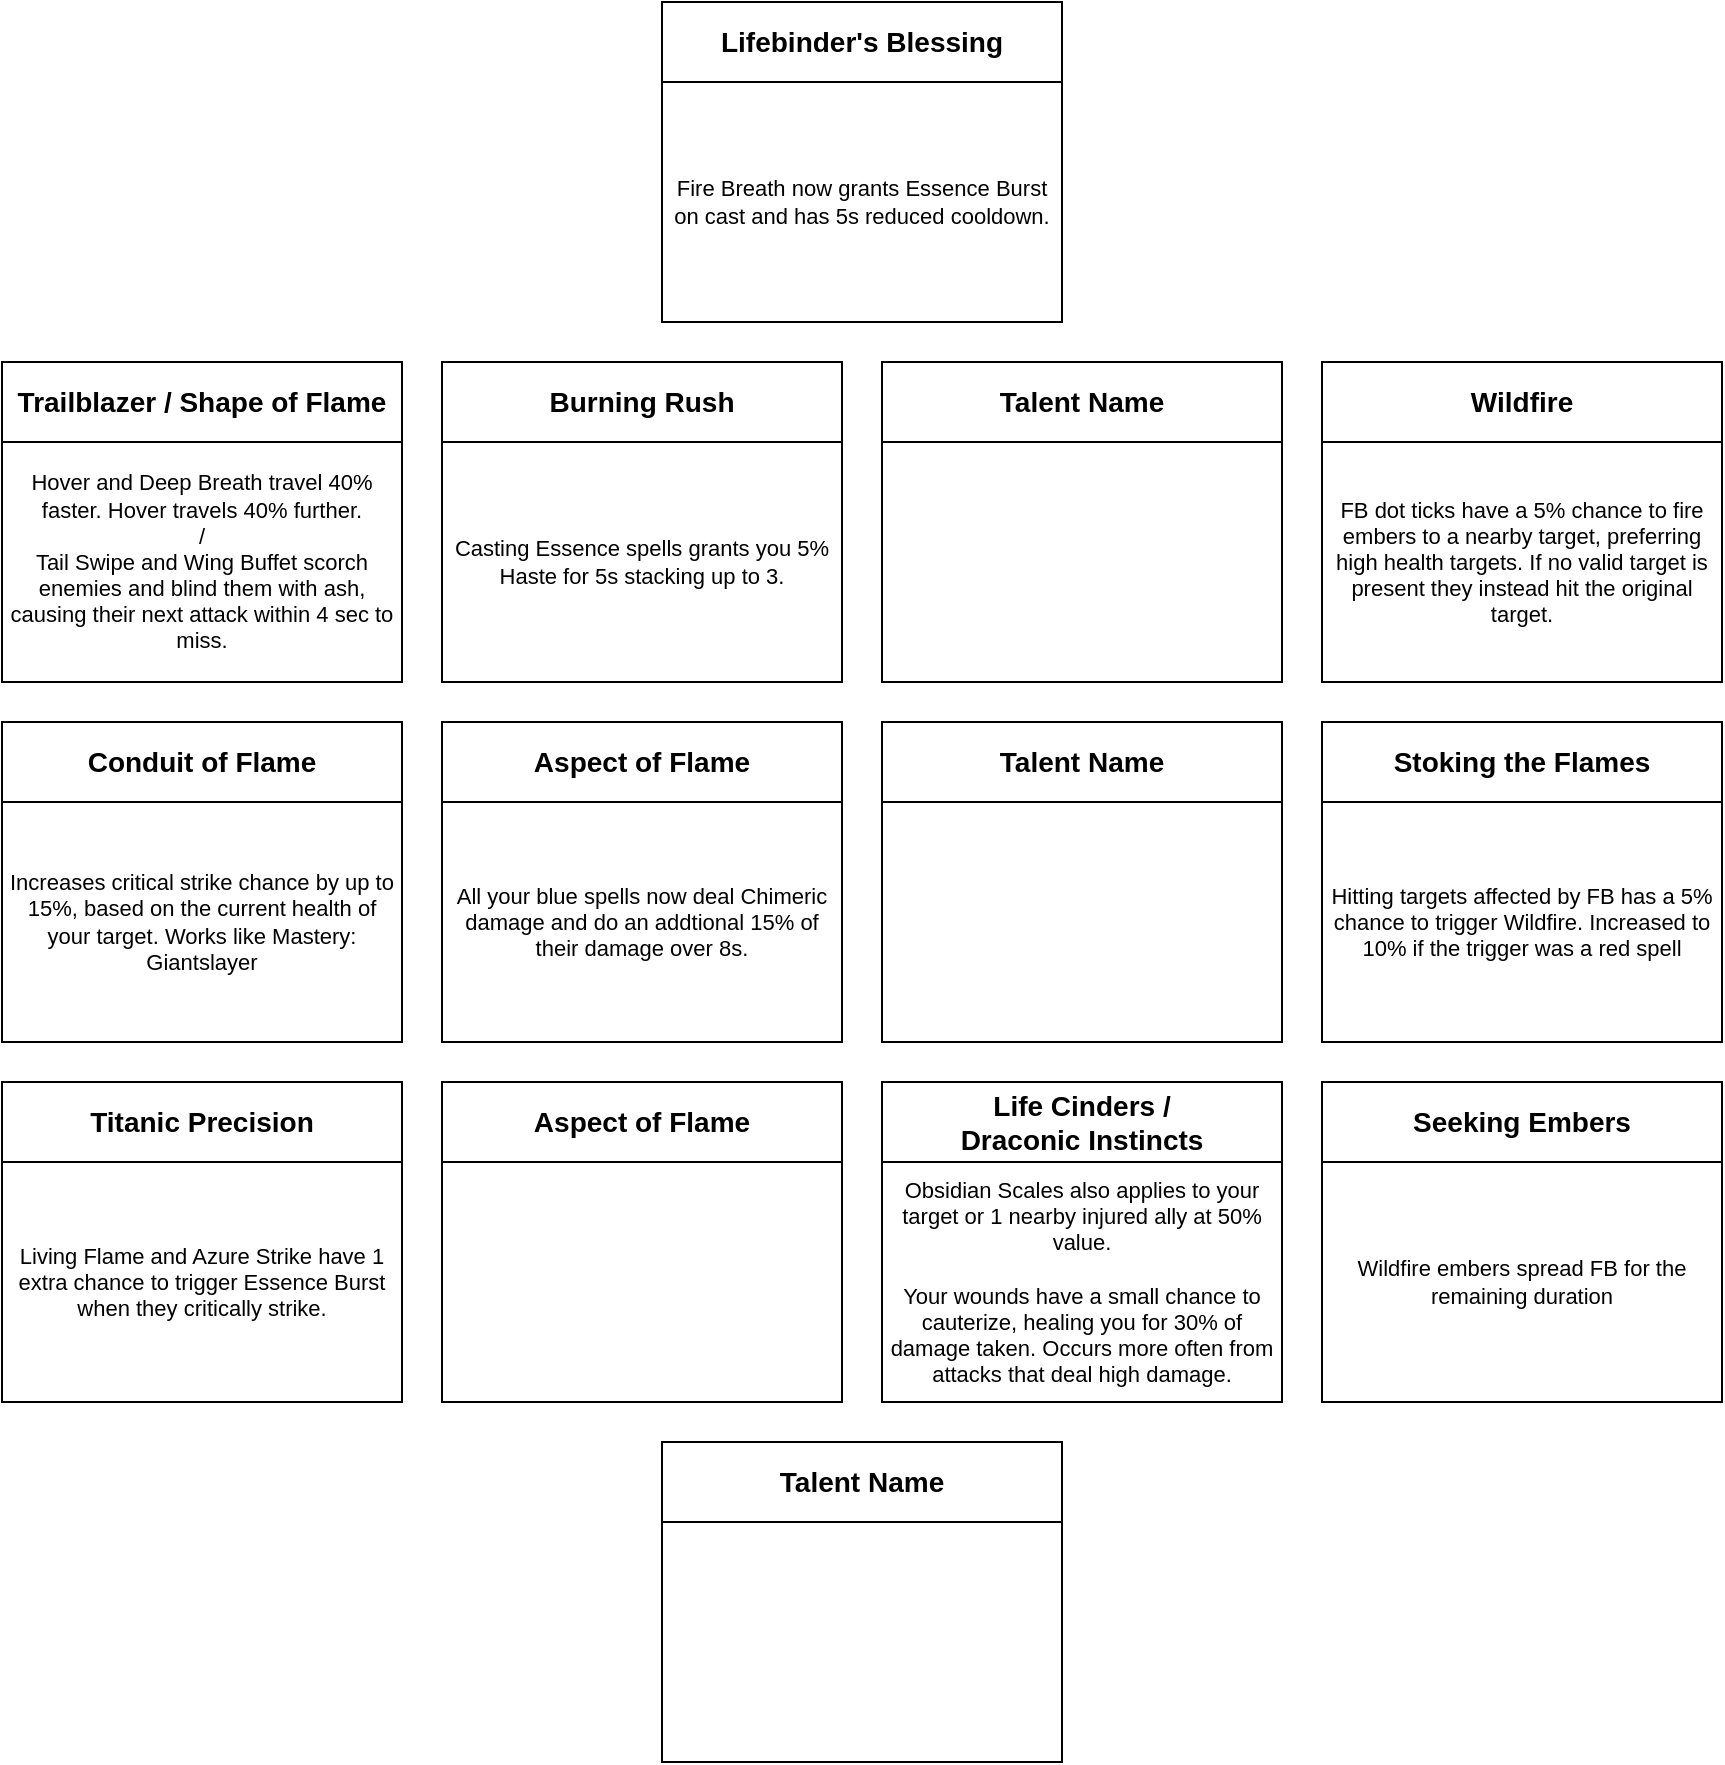
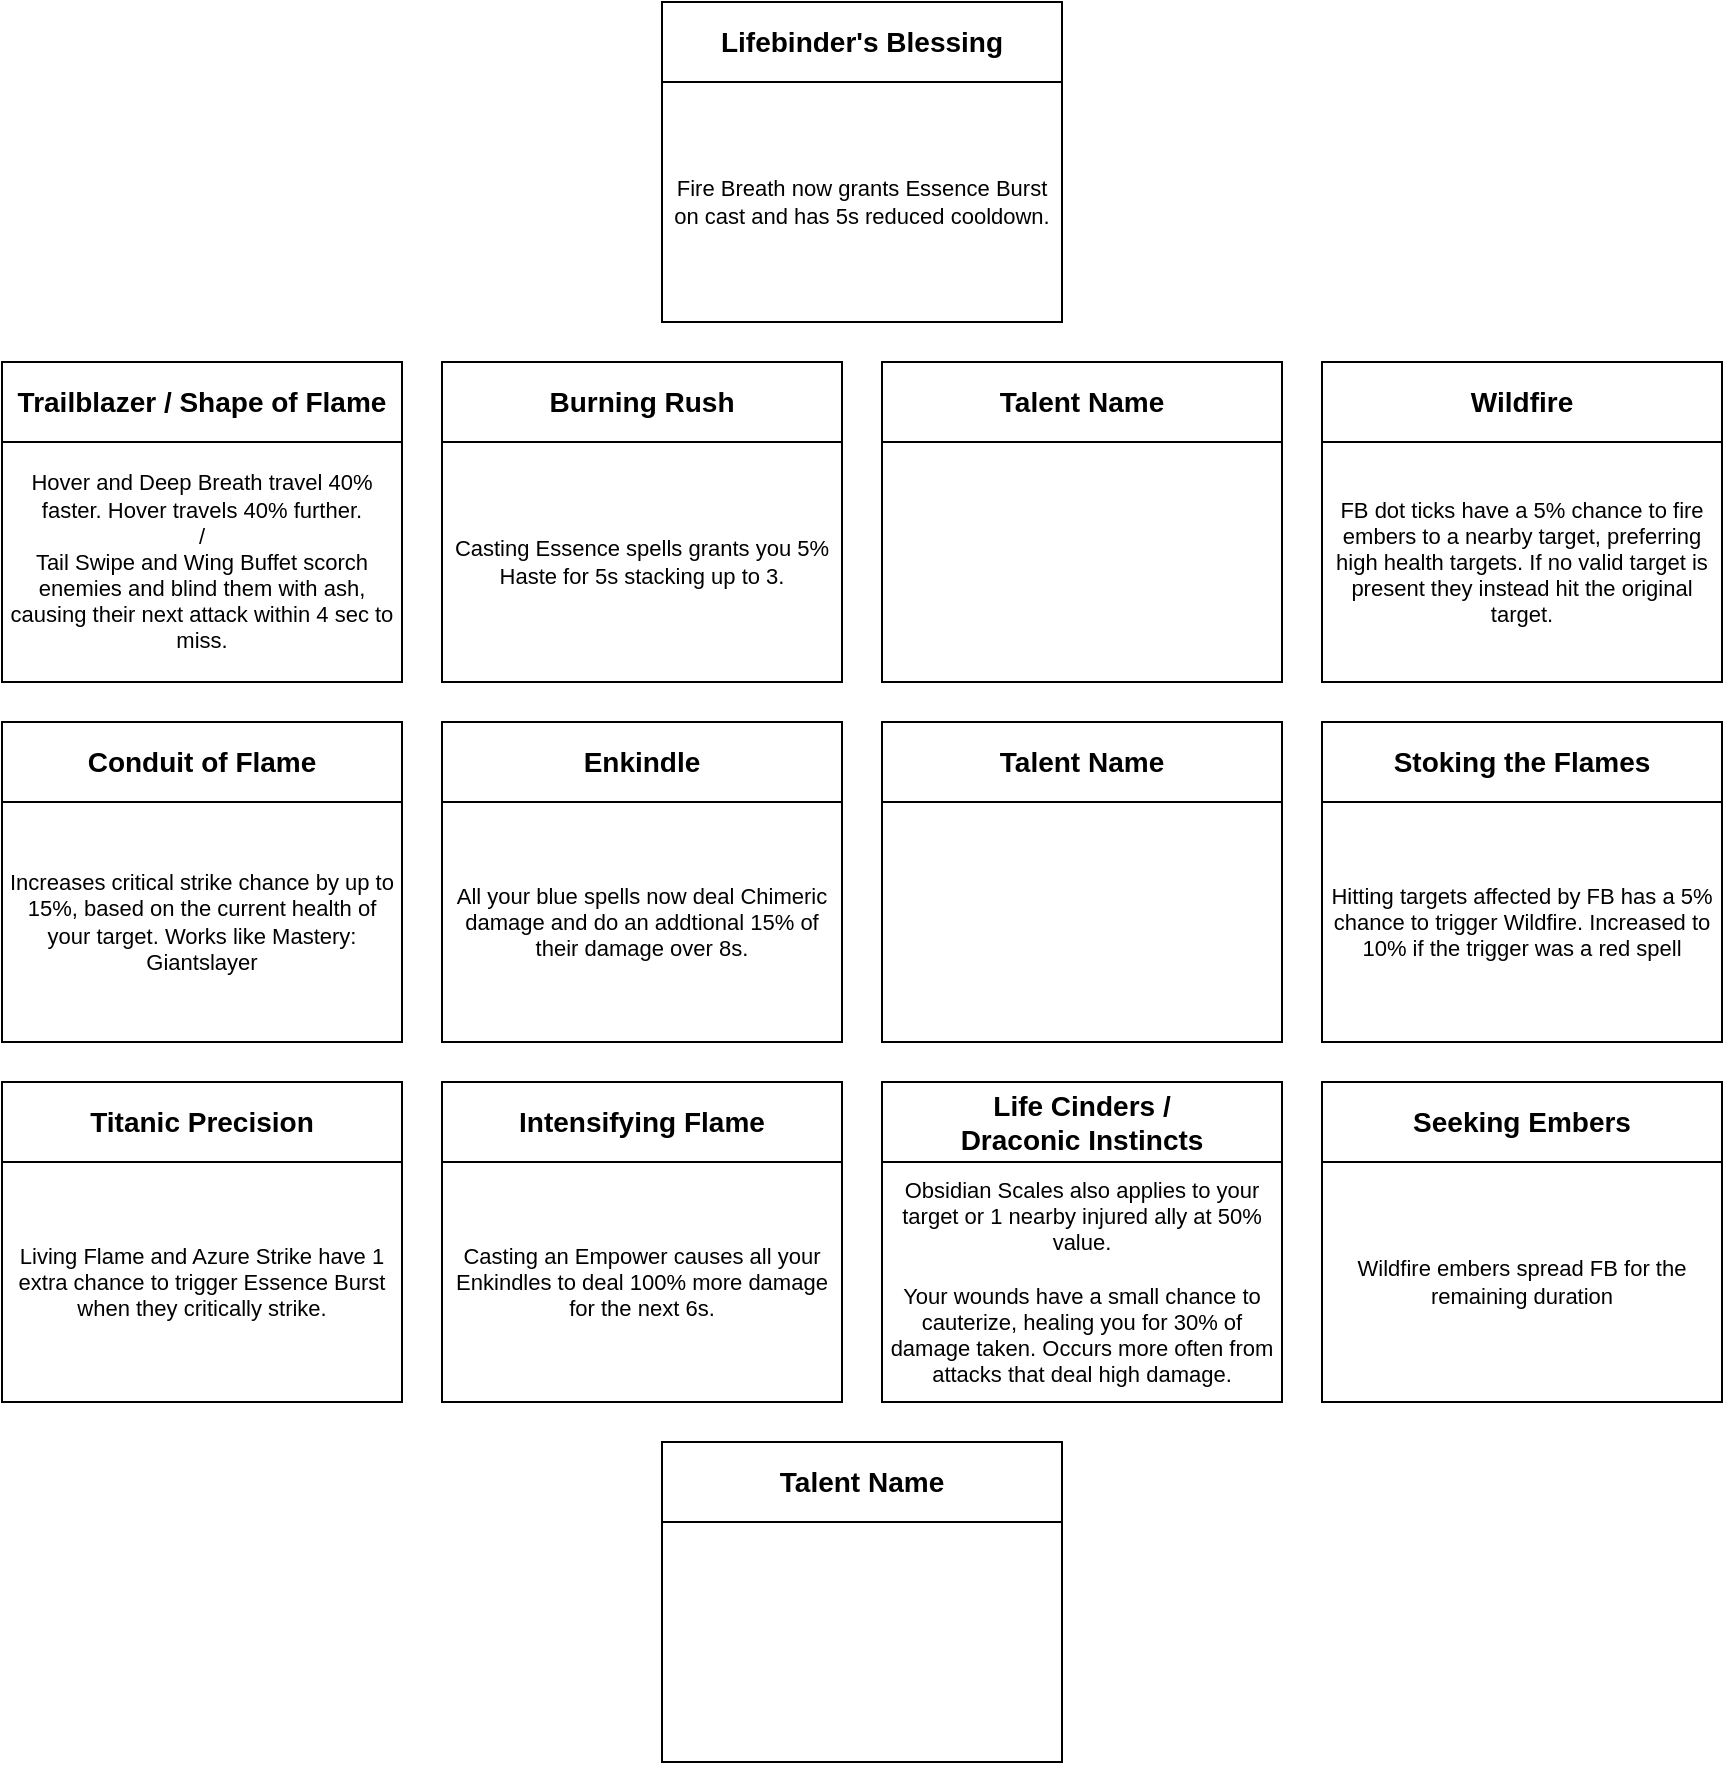
<mxfile host="app.diagrams.net" agent="Mozilla/5.0 (Windows NT 10.0; Win64; x64) AppleWebKit/537.36 (KHTML, like Gecko) Chrome/147.0.0.0 Safari/537.36 OPR/131.0.0.0" version="29.6.3">
  <diagram name="Page-1" id="7-C3C0MTsYJN3mklHAE3">
    <mxGraphModel dx="1628" dy="898" grid="1" gridSize="10" guides="1" tooltips="1" connect="1" arrows="1" fold="1" page="1" pageScale="1" pageWidth="850" pageHeight="1100" math="0" shadow="0">
      <root>
        <mxCell id="0" />
        <mxCell id="1" parent="0" />
        <mxCell id="CbpXHZAzieputpjHQbmu-1" parent="1" style="rounded=0;whiteSpace=wrap;html=1;fontColor=light-dark(#000000,#00FF00);" value="&lt;b&gt;&lt;font style=&quot;font-size: 14px;&quot;&gt;Lifebinder&#39;s Blessing&lt;/font&gt;&lt;/b&gt;" vertex="1">
          <mxGeometry height="40" width="200" x="330" y="80" as="geometry" />
        </mxCell>
        <mxCell id="CbpXHZAzieputpjHQbmu-6" parent="1" style="rounded=0;whiteSpace=wrap;html=1;verticalAlign=middle;fontSize=11;fontStyle=0" value="Fire Breath now grants Essence Burst on cast and has 5s reduced cooldown." vertex="1">
          <mxGeometry height="120" width="200" x="330" y="120" as="geometry" />
        </mxCell>
-         <mxCell id="CbpXHZAzieputpjHQbmu-7" parent="1" style="rounded=0;whiteSpace=wrap;html=1;fontColor=light-dark(#000000,#00FF00);" value="&lt;span style=&quot;font-size: 14px;&quot;&gt;&lt;b&gt;Aspect of Flame&lt;/b&gt;&lt;/span&gt;" vertex="1">
+         <mxCell id="CbpXHZAzieputpjHQbmu-7" parent="1" style="rounded=0;whiteSpace=wrap;html=1;fontColor=light-dark(#000000,#00FF00);" value="&lt;span style=&quot;font-size: 14px;&quot;&gt;&lt;b&gt;Enkindle&lt;/b&gt;&lt;/span&gt;" vertex="1">
          <mxGeometry height="40" width="200" x="220" y="440" as="geometry" />
        </mxCell>
        <mxCell id="CbpXHZAzieputpjHQbmu-8" parent="1" style="rounded=0;whiteSpace=wrap;html=1;fontSize=11;" value="All your blue spells now deal Chimeric damage and do an addtional 15% of their damage over 8s." vertex="1">
          <mxGeometry height="120" width="200" x="220" y="480" as="geometry" />
        </mxCell>
        <mxCell id="CbpXHZAzieputpjHQbmu-9" parent="1" style="rounded=0;whiteSpace=wrap;html=1;" value="&lt;b&gt;&lt;font style=&quot;font-size: 14px;&quot;&gt;Trailblazer / Shape of Flame&lt;/font&gt;&lt;/b&gt;" vertex="1">
          <mxGeometry height="40" width="200" y="260" as="geometry" />
        </mxCell>
        <mxCell id="CbpXHZAzieputpjHQbmu-10" parent="1" style="rounded=0;whiteSpace=wrap;html=1;fontSize=11;" value="Hover and Deep Breath travel 40% faster. Hover travels 40% further.&lt;div&gt;/&lt;/div&gt;&lt;div&gt;Tail Swipe and Wing Buffet scorch enemies and blind them with ash, causing their next attack within 4 sec to miss.&lt;/div&gt;" vertex="1">
          <mxGeometry height="120" width="200" y="300" as="geometry" />
        </mxCell>
        <mxCell id="CbpXHZAzieputpjHQbmu-11" parent="1" style="rounded=0;whiteSpace=wrap;html=1;fontColor=light-dark(#000000,#FF9933);" value="&lt;span style=&quot;font-size: 14px;&quot;&gt;&lt;b&gt;Conduit of Flame&lt;/b&gt;&lt;/span&gt;" vertex="1">
          <mxGeometry height="40" width="200" y="440" as="geometry" />
        </mxCell>
        <mxCell id="CbpXHZAzieputpjHQbmu-12" parent="1" style="rounded=0;whiteSpace=wrap;html=1;fontSize=11;" value="Increases critical strike chance by up to 15%, based on the current health of your target. Works like Mastery: Giantslayer" vertex="1">
          <mxGeometry height="120" width="200" y="480" as="geometry" />
        </mxCell>
        <mxCell id="CbpXHZAzieputpjHQbmu-14" parent="1" style="rounded=0;whiteSpace=wrap;html=1;" value="&lt;span style=&quot;font-size: 14px;&quot;&gt;&lt;b&gt;Titanic Precision&lt;/b&gt;&lt;/span&gt;" vertex="1">
          <mxGeometry height="40" width="200" y="620" as="geometry" />
        </mxCell>
        <mxCell id="CbpXHZAzieputpjHQbmu-15" parent="1" style="rounded=0;whiteSpace=wrap;html=1;fontSize=11;" value="&lt;div&gt;&lt;span style=&quot;background-color: transparent; color: light-dark(rgb(0, 0, 0), rgb(255, 255, 255));&quot;&gt;Living Flame and Azure Strike have 1 extra chance to trigger Essence Burst when they critically strike.&lt;/span&gt;&lt;/div&gt;" vertex="1">
          <mxGeometry height="120" width="200" y="660" as="geometry" />
        </mxCell>
        <mxCell id="CbpXHZAzieputpjHQbmu-16" parent="1" style="rounded=0;whiteSpace=wrap;html=1;fontColor=light-dark(#000000,#00FF00);" value="&lt;span style=&quot;font-size: 14px;&quot;&gt;&lt;b&gt;Burning Rush&lt;/b&gt;&lt;/span&gt;" vertex="1">
          <mxGeometry height="40" width="200" x="220" y="260" as="geometry" />
        </mxCell>
        <mxCell id="CbpXHZAzieputpjHQbmu-17" parent="1" style="rounded=0;whiteSpace=wrap;html=1;fontSize=11;" value="Casting Essence spells grants you 5% Haste for 5s stacking up to 3." vertex="1">
          <mxGeometry height="120" width="200" x="220" y="300" as="geometry" />
        </mxCell>
-         <mxCell id="CbpXHZAzieputpjHQbmu-18" parent="1" style="rounded=0;whiteSpace=wrap;html=1;fontColor=light-dark(#000000,#FFFFFF);" value="&lt;b style=&quot;font-size: 14px;&quot;&gt;Aspect of Flame&lt;/b&gt;" vertex="1">
+         <mxCell id="CbpXHZAzieputpjHQbmu-18" parent="1" style="rounded=0;whiteSpace=wrap;html=1;fontColor=light-dark(#000000,#00FF00);" value="&lt;b style=&quot;font-size: 14px;&quot;&gt;Intensifying Flame&lt;/b&gt;" vertex="1">
          <mxGeometry height="40" width="200" x="220" y="620" as="geometry" />
        </mxCell>
-         <mxCell id="CbpXHZAzieputpjHQbmu-19" parent="1" style="rounded=0;whiteSpace=wrap;html=1;fontSize=11;" value="" vertex="1">
+         <mxCell id="CbpXHZAzieputpjHQbmu-19" parent="1" style="rounded=0;whiteSpace=wrap;html=1;fontSize=11;" value="Casting an Empower causes all your Enkindles to deal 100% more damage for the next 6s." vertex="1">
          <mxGeometry height="120" width="200" x="220" y="660" as="geometry" />
        </mxCell>
        <mxCell id="CbpXHZAzieputpjHQbmu-20" parent="1" style="rounded=0;whiteSpace=wrap;html=1;fontColor=light-dark(#000000,#FFFFFF);" value="&lt;b style=&quot;font-size: 14px;&quot;&gt;Talent Name&lt;/b&gt;" vertex="1">
          <mxGeometry height="40" width="200" x="440" y="260" as="geometry" />
        </mxCell>
        <mxCell id="CbpXHZAzieputpjHQbmu-21" parent="1" style="rounded=0;whiteSpace=wrap;html=1;fontSize=11;" value="" vertex="1">
          <mxGeometry height="120" width="200" x="440" y="300" as="geometry" />
        </mxCell>
        <mxCell id="CbpXHZAzieputpjHQbmu-22" parent="1" style="rounded=0;whiteSpace=wrap;html=1;fontColor=light-dark(#000000,#FFFFFF);" value="&lt;b style=&quot;font-size: 14px;&quot;&gt;Talent Name&lt;/b&gt;" vertex="1">
          <mxGeometry height="40" width="200" x="440" y="440" as="geometry" />
        </mxCell>
        <mxCell id="CbpXHZAzieputpjHQbmu-23" parent="1" style="rounded=0;whiteSpace=wrap;html=1;fontSize=11;" value="" vertex="1">
          <mxGeometry height="120" width="200" x="440" y="480" as="geometry" />
        </mxCell>
        <mxCell id="CbpXHZAzieputpjHQbmu-24" parent="1" style="rounded=0;whiteSpace=wrap;html=1;fontColor=light-dark(#000000,#FFFFFF);" value="&lt;b style=&quot;font-size: 14px;&quot;&gt;Life Cinders / &lt;br&gt;Draconic Instincts&lt;/b&gt;" vertex="1">
          <mxGeometry height="40" width="200" x="440" y="620" as="geometry" />
        </mxCell>
        <mxCell id="CbpXHZAzieputpjHQbmu-25" parent="1" style="rounded=0;whiteSpace=wrap;html=1;fontSize=11;" value="Obsidian Scales also applies to your target or 1 nearby injured ally at 50% value.&lt;div&gt;&lt;br&gt;&lt;div&gt;Your wounds have a small chance to cauterize, healing you for 30% of damage taken. Occurs more often from attacks that deal high damage.&lt;/div&gt;&lt;/div&gt;" vertex="1">
          <mxGeometry height="120" width="200" x="440" y="660" as="geometry" />
        </mxCell>
        <mxCell id="CbpXHZAzieputpjHQbmu-26" parent="1" style="rounded=0;whiteSpace=wrap;html=1;fontColor=light-dark(#000000,#00FF00);" value="&lt;b style=&quot;font-size: 14px;&quot;&gt;Wildfire&lt;/b&gt;" vertex="1">
          <mxGeometry height="40" width="200" x="660" y="260" as="geometry" />
        </mxCell>
        <mxCell id="CbpXHZAzieputpjHQbmu-27" parent="1" style="rounded=0;whiteSpace=wrap;html=1;fontSize=11;" value="FB dot ticks have a 5% chance to fire embers to a nearby target, preferring high health targets. If no valid target is present they instead hit the original target." vertex="1">
          <mxGeometry height="120" width="200" x="660" y="300" as="geometry" />
        </mxCell>
        <mxCell id="CbpXHZAzieputpjHQbmu-28" parent="1" style="rounded=0;whiteSpace=wrap;html=1;fontColor=light-dark(#000000,#00FF00);fontSize=14;" value="&lt;b&gt;Stoking the Flames&lt;/b&gt;" vertex="1">
          <mxGeometry height="40" width="200" x="660" y="440" as="geometry" />
        </mxCell>
        <mxCell id="CbpXHZAzieputpjHQbmu-29" parent="1" style="rounded=0;whiteSpace=wrap;html=1;fontSize=11;" value="Hitting targets affected by FB has a 5% chance to trigger Wildfire. Increased to 10% if the trigger was a red spell" vertex="1">
          <mxGeometry height="120" width="200" x="660" y="480" as="geometry" />
        </mxCell>
        <mxCell id="CbpXHZAzieputpjHQbmu-30" parent="1" style="rounded=0;whiteSpace=wrap;html=1;fontColor=light-dark(#000000,#00FF00);" value="&lt;b&gt;&lt;font style=&quot;font-size: 14px;&quot;&gt;Seeking Embers&lt;/font&gt;&lt;/b&gt;" vertex="1">
          <mxGeometry height="40" width="200" x="660" y="620" as="geometry" />
        </mxCell>
        <mxCell id="CbpXHZAzieputpjHQbmu-31" parent="1" style="rounded=0;whiteSpace=wrap;html=1;fontSize=11;" value="Wildfire embers spread FB for the remaining duration" vertex="1">
          <mxGeometry height="120" width="200" x="660" y="660" as="geometry" />
        </mxCell>
        <mxCell id="CbpXHZAzieputpjHQbmu-32" parent="1" style="rounded=0;whiteSpace=wrap;html=1;fontColor=light-dark(#000000,#FFFFFF);" value="&lt;b style=&quot;font-size: 14px;&quot;&gt;Talent Name&lt;/b&gt;" vertex="1">
          <mxGeometry height="40" width="200" x="330" y="800" as="geometry" />
        </mxCell>
        <mxCell id="CbpXHZAzieputpjHQbmu-33" parent="1" style="rounded=0;whiteSpace=wrap;html=1;verticalAlign=middle;fontSize=11;" value="" vertex="1">
          <mxGeometry height="120" width="200" x="330" y="840" as="geometry" />
        </mxCell>
      </root>
    </mxGraphModel>
  </diagram>
</mxfile>
